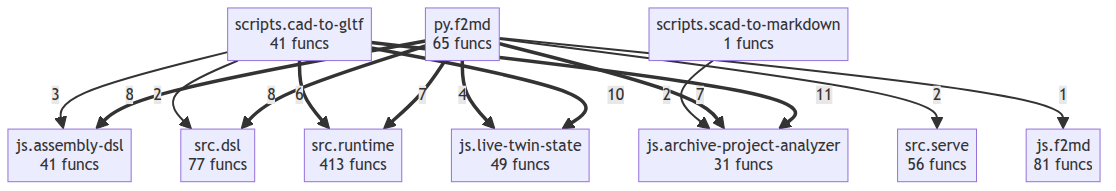
bioxfoundry/twin-dsl keeps this Mermaid diagram as project/compact_flow.png. Above is the earlier version. Its source is kept beside it as project/compact_flow.mmd.
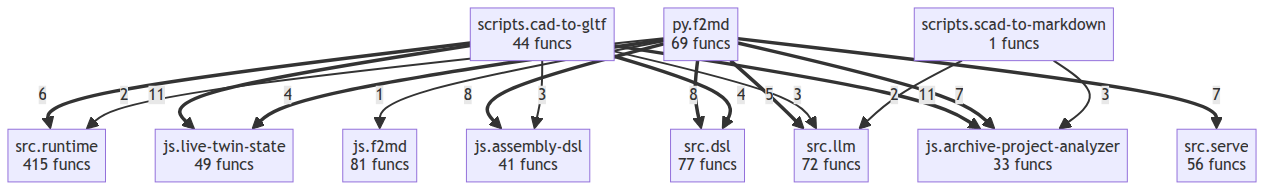
After the commit.

Diff of the diagram source:
```diff
@@ -1,24 +1,28 @@
 flowchart TD
-    js__archive_project_analyzer["js.archive-project-analyzer<br/>31 funcs"]
+    js__archive_project_analyzer["js.archive-project-analyzer<br/>33 funcs"]
     js__assembly_dsl["js.assembly-dsl<br/>41 funcs"]
     js__f2md["js.f2md<br/>81 funcs"]
     js__live_twin_state["js.live-twin-state<br/>49 funcs"]
-    py__f2md["py.f2md<br/>65 funcs"]
-    scripts__cad_to_gltf["scripts.cad-to-gltf<br/>41 funcs"]
+    py__f2md["py.f2md<br/>69 funcs"]
+    scripts__cad_to_gltf["scripts.cad-to-gltf<br/>44 funcs"]
     scripts__scad_to_markdown["scripts.scad-to-markdown<br/>1 funcs"]
     src__dsl["src.dsl<br/>77 funcs"]
-    src__runtime["src.runtime<br/>413 funcs"]
+    src__llm["src.llm<br/>72 funcs"]
+    src__runtime["src.runtime<br/>415 funcs"]
     src__serve["src.serve<br/>56 funcs"]
     scripts__cad_to_gltf ==>|11| js__archive_project_analyzer
-    scripts__cad_to_gltf ==>|10| js__live_twin_state
+    scripts__cad_to_gltf ==>|11| js__live_twin_state
     py__f2md ==>|8| src__dsl
     py__f2md ==>|8| js__assembly_dsl
-    py__f2md ==>|7| src__runtime
+    py__f2md ==>|7| src__serve
     py__f2md ==>|7| js__archive_project_analyzer
     scripts__cad_to_gltf ==>|6| src__runtime
+    py__f2md ==>|5| src__llm
     py__f2md ==>|4| js__live_twin_state
+    scripts__cad_to_gltf ==>|4| src__dsl
+    scripts__cad_to_gltf -->|3| src__llm
     scripts__cad_to_gltf -->|3| js__assembly_dsl
-    scripts__cad_to_gltf -->|2| src__dsl
-    scripts__scad_to_markdown -->|2| js__archive_project_analyzer
-    py__f2md -->|2| src__serve
+    scripts__scad_to_markdown -->|3| js__archive_project_analyzer
+    scripts__scad_to_markdown -->|2| src__llm
+    py__f2md -->|2| src__runtime
     py__f2md -->|1| js__f2md
```
